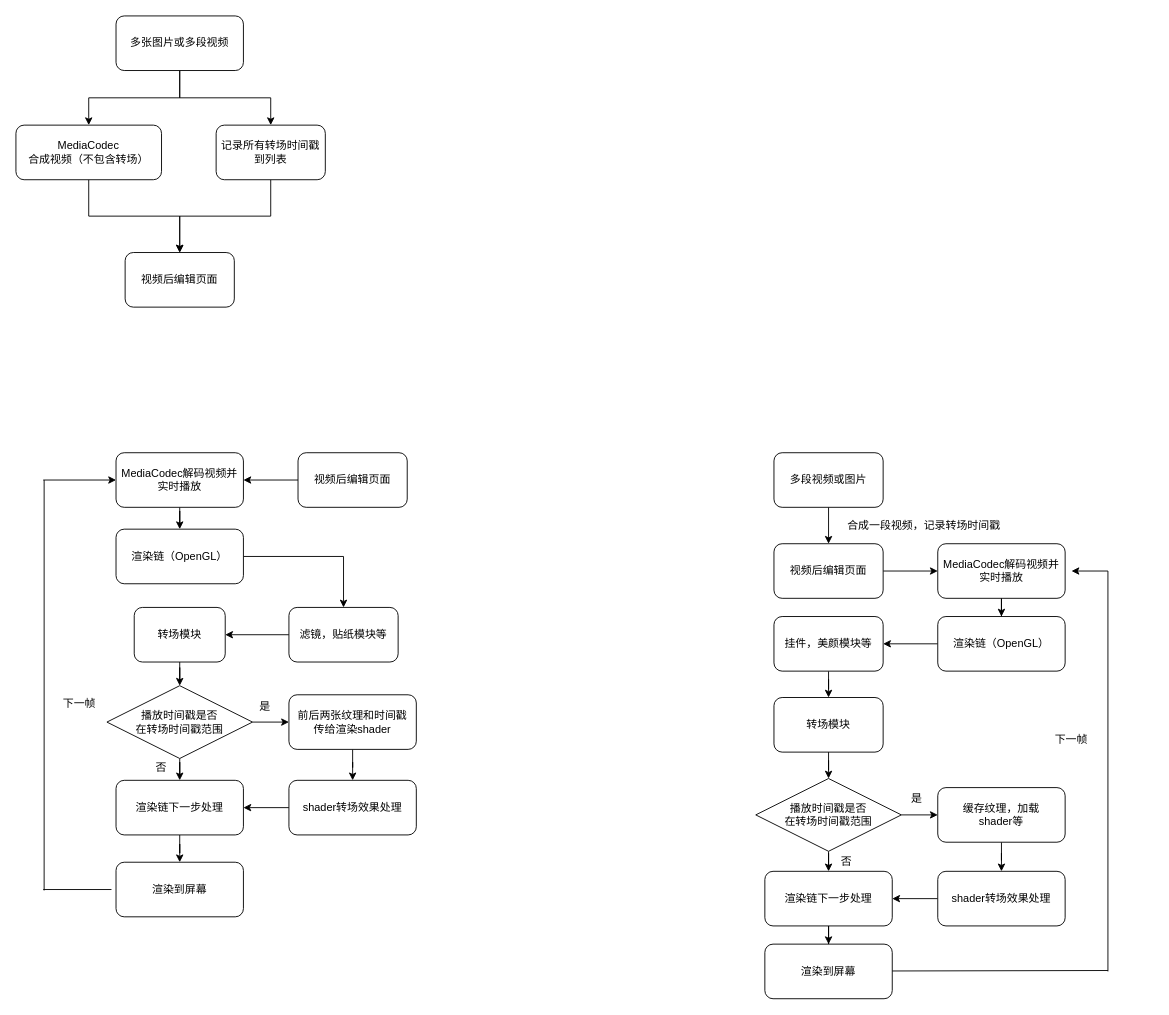
The draw.io diagram page "转场2" (2 of 3) of t3.drawio in wind1096471134/Brainstorming, before the edit. Source tidied: cells renumbered, new cells numbered last; positions are measured from the earlier drawing's top-left corner, leaving out a move shared by most shapes. Both pictures are drawn from the tidied source at 91%, with x=0, y=0 at pixel (15, 15).
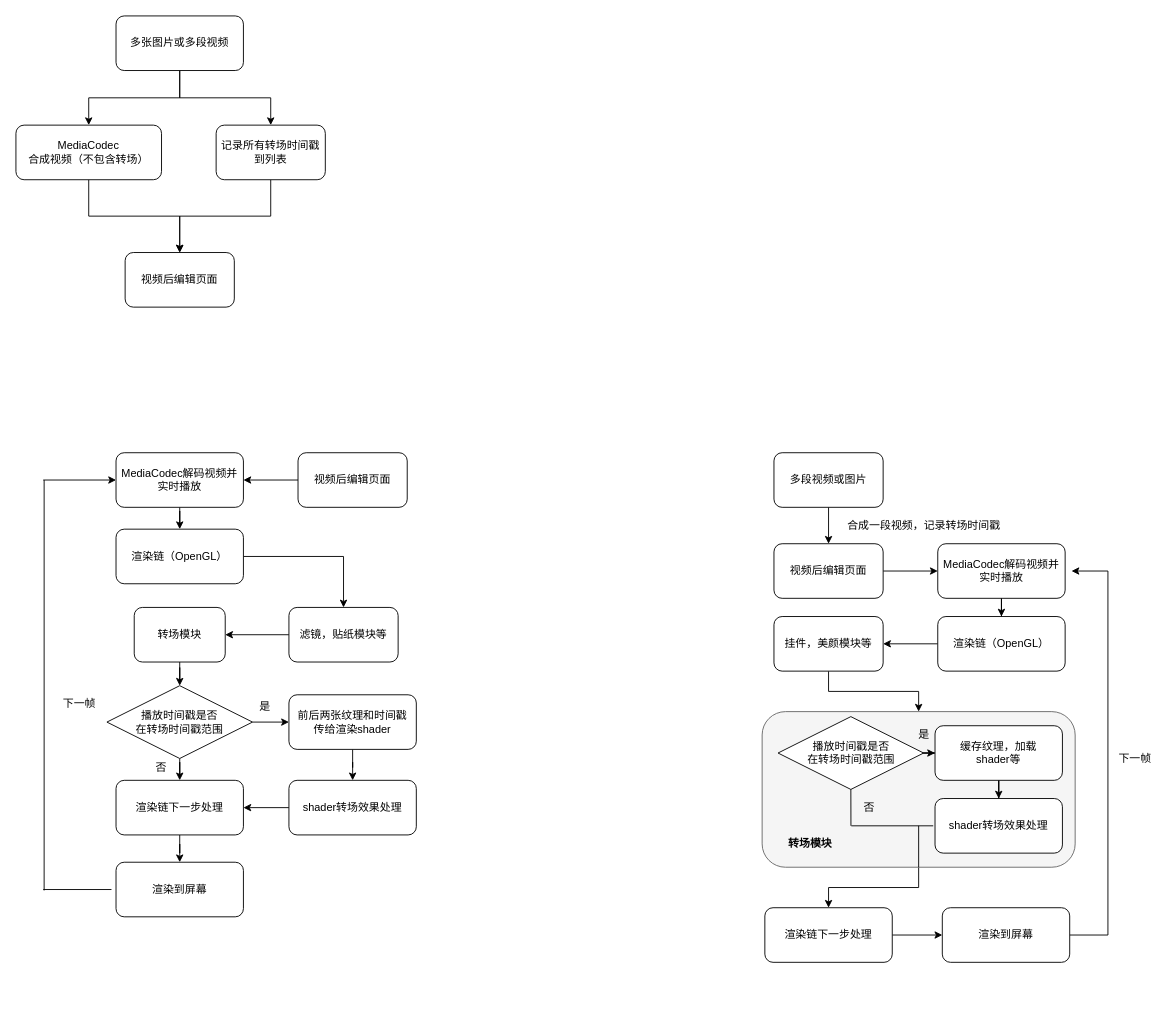
The same diagram, later.

The edit, as a diff of the source:
```diff
@@
-    <mxCell id="47" style="edgeStyle=orthogonalEdgeStyle;rounded=0;jettySize=auto;html=1;entryX=0.5;entryY=0;entryDx=0;entryDy=0;" parent="1" edge="1" source="48" target="51">
-      <mxGeometry relative="1" as="geometry" />
-    </mxCell>
+    <mxCell id="65" style="edgeStyle=orthogonalEdgeStyle;rounded=0;jettySize=auto;html=1;entryX=0.5;entryY=0;entryDx=0;entryDy=0;" parent="1" edge="1" source="48" target="57">
+      <mxGeometry relative="1" as="geometry" />
+    </mxCell>
-    <mxCell id="48" value="转场模块" style="rounded=1;whiteSpace=wrap;html=1;" parent="1" vertex="1">
-      <mxGeometry x="833" y="749" width="120" height="60" as="geometry" />
+    <mxCell id="48" style="rounded=1;whiteSpace=wrap;html=1;fillColor=#f5f5f5;strokeColor=#666666;fontColor=#333333;" parent="1" vertex="1">
+      <mxGeometry x="820" y="764.5" width="344" height="171" as="geometry" />
     </mxCell>
@@
-    <mxCell id="50" style="edgeStyle=orthogonalEdgeStyle;rounded=0;jettySize=auto;html=1;entryX=0.5;entryY=0;entryDx=0;entryDy=0;" parent="1" edge="1" source="51" target="57">
-      <mxGeometry relative="1" as="geometry" />
-    </mxCell>
     <mxCell id="51" value="播放时间戳是否&lt;br&gt;在转场时间戳范围" style="rhombus;whiteSpace=wrap;html=1;" parent="1" vertex="1">
-      <mxGeometry x="813" y="838" width="160" height="80" as="geometry" />
+      <mxGeometry x="837.5" y="770" width="160" height="80" as="geometry" />
     </mxCell>
@@
     <mxCell id="53" value="缓存纹理，加载&lt;br&gt;shader等" style="rounded=1;whiteSpace=wrap;html=1;" parent="1" vertex="1">
-      <mxGeometry x="1013" y="848" width="140" height="60" as="geometry" />
+      <mxGeometry x="1010" y="780" width="140" height="60" as="geometry" />
     </mxCell>
-    <mxCell id="54" style="edgeStyle=orthogonalEdgeStyle;rounded=0;jettySize=auto;html=1;entryX=1;entryY=0.5;entryDx=0;entryDy=0;" parent="1" edge="1" source="55" target="57">
-      <mxGeometry relative="1" as="geometry" />
-    </mxCell>
     <mxCell id="55" value="shader转场效果处理" style="rounded=1;whiteSpace=wrap;html=1;" parent="1" vertex="1">
-      <mxGeometry x="1013" y="940" width="140" height="60" as="geometry" />
+      <mxGeometry x="1010" y="860" width="140" height="60" as="geometry" />
     </mxCell>
@@
     <mxCell id="57" value="渲染链下一步处理" style="rounded=1;whiteSpace=wrap;html=1;" parent="1" vertex="1">
-      <mxGeometry x="823" y="940" width="140" height="60" as="geometry" />
+      <mxGeometry x="823" y="980" width="140" height="60" as="geometry" />
     </mxCell>
-    <mxCell id="58" value="渲染到屏幕" style="rounded=1;whiteSpace=wrap;html=1;" parent="1" vertex="1">
-      <mxGeometry x="823" y="1020" width="140" height="60" as="geometry" />
-    </mxCell>
     <mxCell id="59" style="endArrow=none;html=1;" parent="1" edge="1">
       <mxGeometry relative="1" as="geometry">
-        <mxPoint x="1200" y="1050" as="sourcePoint" />
+        <mxPoint x="1200" y="1010" as="sourcePoint" />
         <mxPoint x="1200" y="610" as="targetPoint" />
       </mxGeometry>
     </mxCell>
@@
     <mxCell id="61" value="下一帧" style="text;html=1;strokeColor=none;fillColor=none;align=center;verticalAlign=middle;whiteSpace=wrap;rounded=0;" parent="1" vertex="1">
-      <mxGeometry x="1140" y="786" width="40" height="20" as="geometry" />
+      <mxGeometry x="1210" y="806" width="40" height="20" as="geometry" />
     </mxCell>
     <mxCell id="62" value="是" style="text;html=1;strokeColor=none;fillColor=none;align=center;verticalAlign=middle;whiteSpace=wrap;rounded=0;" parent="1" vertex="1">
-      <mxGeometry x="970" y="850" width="40" height="20" as="geometry" />
+      <mxGeometry x="978" y="780" width="40" height="20" as="geometry" />
     </mxCell>
     <mxCell id="63" value="否" style="text;html=1;strokeColor=none;fillColor=none;align=center;verticalAlign=middle;whiteSpace=wrap;rounded=0;" parent="1" vertex="1">
-      <mxGeometry x="893" y="920" width="40" height="20" as="geometry" />
+      <mxGeometry x="917.5" y="860" width="40" height="20" as="geometry" />
     </mxCell>
-    <mxCell id="64" style="endArrow=none;html=1;" parent="1" edge="1">
+    <mxCell id="64" style="endArrow=none;html=1;" parent="1" edge="1" source="58">
       <mxGeometry relative="1" as="geometry">
-        <mxPoint x="963" y="1049.5" as="sourcePoint" />
-        <mxPoint x="1200" y="1049" as="targetPoint" />
+        <mxPoint x="1200" y="1010" as="targetPoint" />
       </mxGeometry>
     </mxCell>
+    <mxCell id="58" value="渲染到屏幕" style="rounded=1;whiteSpace=wrap;html=1;" parent="1" vertex="1">
+      <mxGeometry x="1018" y="980" width="140" height="60" as="geometry" />
+    </mxCell>
+    <mxCell id="66" style="endArrow=none;html=1;exitX=0.275;exitY=0.734;exitDx=0;exitDy=0;exitPerimeter=0;" parent="1" edge="1">
+      <mxGeometry relative="1" as="geometry">
+        <mxPoint x="917.6" y="890" as="sourcePoint" />
+        <mxPoint x="917.5" y="850" as="targetPoint" />
+      </mxGeometry>
+    </mxCell>
+    <mxCell id="67" style="endArrow=none;html=1;" parent="1" edge="1">
+      <mxGeometry relative="1" as="geometry">
+        <mxPoint x="918" y="890" as="sourcePoint" />
+        <mxPoint x="1008" y="890" as="targetPoint" />
+      </mxGeometry>
+    </mxCell>
+    <mxCell id="68" style="endArrow=none;html=1;" parent="1" edge="1" target="48">
+      <mxGeometry relative="1" as="geometry">
+        <mxPoint x="991.5" y="935.5" as="sourcePoint" />
+      </mxGeometry>
+    </mxCell>
+    <mxCell id="69" style="endArrow=none;html=1;" parent="1" edge="1">
+      <mxGeometry relative="1" as="geometry">
+        <mxPoint x="992" y="935.5" as="sourcePoint" />
+        <mxPoint x="992" y="890" as="targetPoint" />
+      </mxGeometry>
+    </mxCell>
+    <mxCell id="70" value="转场模块" style="text;html=1;strokeColor=none;fillColor=none;align=center;verticalAlign=middle;whiteSpace=wrap;rounded=0;fontStyle=1;" parent="1" vertex="1">
+      <mxGeometry x="837.5" y="900" width="70" height="20" as="geometry" />
+    </mxCell>
```
